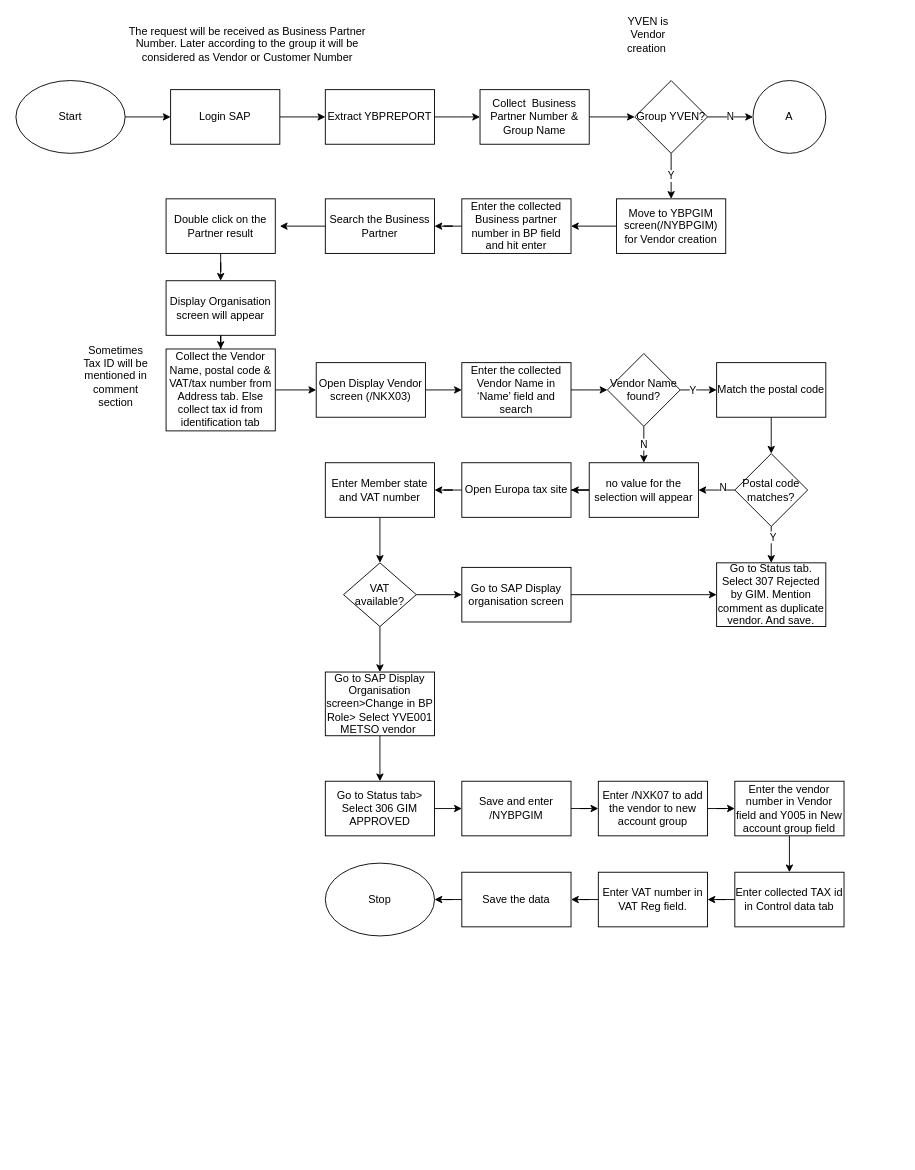
Above: Vendor Creation .drawio in Jyotiprakash-Parida/process-diagram (draw.io), before the change. Source tidied: cells renumbered, new cells numbered last; positions are measured from the earlier drawing's top-left corner, leaving out a move shared by most shapes. Both pictures are drawn from the tidied source at 91%, with x=0, y=0 at pixel (15, 16).
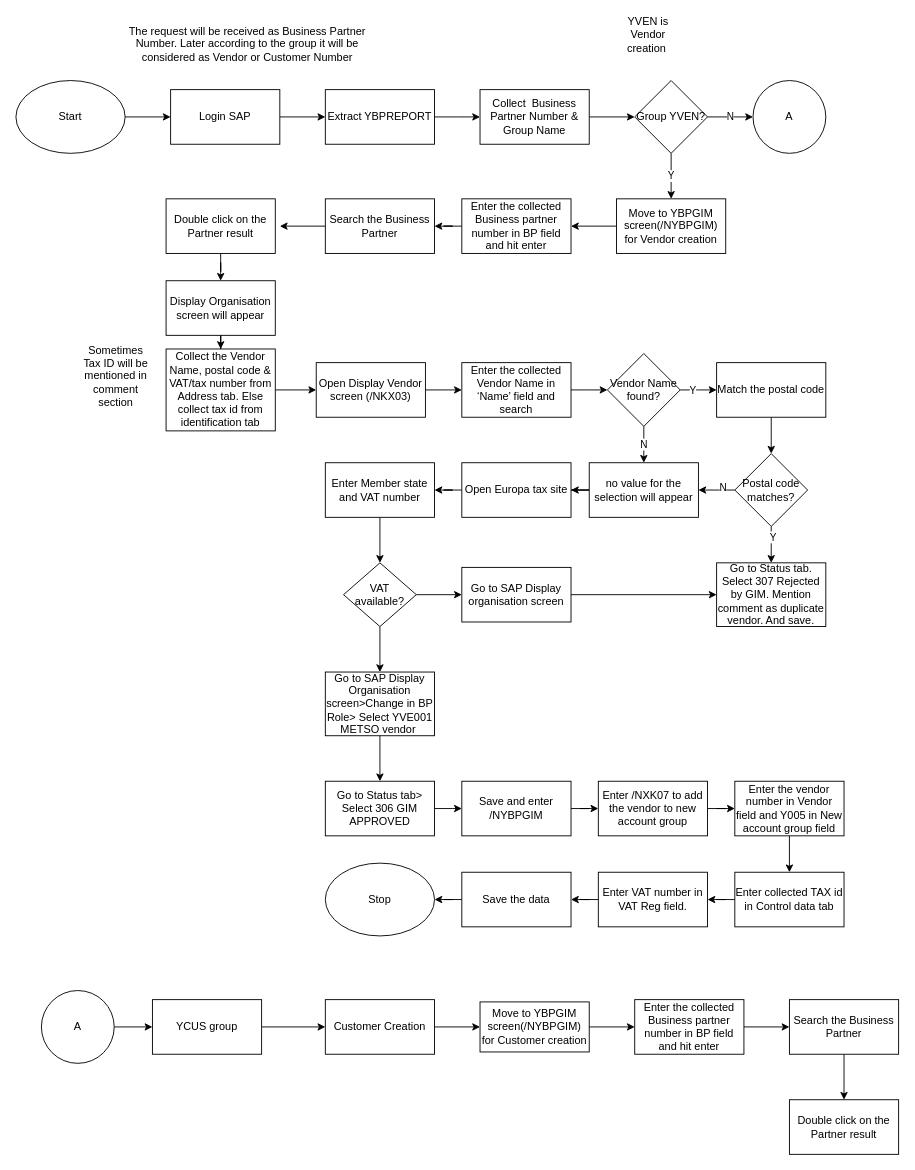
After the change.

Commit message:
Update Customer Creation .drawio

Diff of the diagram source:
```diff
@@
+    <mxCell id="73" style="edgeStyle=orthogonalEdgeStyle;rounded=0;jettySize=auto;html=1;" parent="1" edge="1" source="74" target="76">
+      <mxGeometry relative="1" as="geometry" />
+    </mxCell>
+    <mxCell id="74" value="A" style="ellipse;whiteSpace=wrap;html=1;fillColor=#FFFFFF;" parent="1" vertex="1">
+      <mxGeometry x="28" y="1070" width="80" height="80" as="geometry" />
+    </mxCell>
+    <mxCell id="75" style="edgeStyle=orthogonalEdgeStyle;rounded=0;jettySize=auto;html=1;" parent="1" edge="1" source="76" target="78">
+      <mxGeometry relative="1" as="geometry" />
+    </mxCell>
+    <mxCell id="76" value="YCUS group" style="rounded=0;whiteSpace=wrap;html=1;fillColor=#FFFFFF;" parent="1" vertex="1">
+      <mxGeometry x="150" y="1080" width="120" height="60" as="geometry" />
+    </mxCell>
+    <mxCell id="77" style="edgeStyle=orthogonalEdgeStyle;rounded=0;jettySize=auto;html=1;entryX=0;entryY=0.5;entryDx=0;entryDy=0;entryPerimeter=0;" parent="1" edge="1" source="78" target="80">
+      <mxGeometry relative="1" as="geometry" />
+    </mxCell>
+    <mxCell id="78" value="Customer Creation" style="rounded=0;whiteSpace=wrap;html=1;fillColor=#FFFFFF;" parent="1" vertex="1">
+      <mxGeometry x="340" y="1080" width="120" height="60" as="geometry" />
+    </mxCell>
+    <mxCell id="79" style="edgeStyle=orthogonalEdgeStyle;rounded=0;jettySize=auto;html=1;" parent="1" edge="1" source="80" target="82">
+      <mxGeometry relative="1" as="geometry" />
+    </mxCell>
+    <mxCell id="80" value="Move to YBPGIM screen(/NYBPGIM) for Customer creation" style="rounded=0;whiteSpace=wrap;html=1;" parent="1" vertex="1">
+      <mxGeometry x="510" y="1082.5" width="120" height="55" as="geometry" />
+    </mxCell>
+    <mxCell id="81" style="edgeStyle=orthogonalEdgeStyle;rounded=0;jettySize=auto;html=1;" parent="1" edge="1" source="82" target="84">
+      <mxGeometry relative="1" as="geometry" />
+    </mxCell>
+    <mxCell id="82" value="Enter the collected Business partner number in BP field and hit enter" style="rounded=0;whiteSpace=wrap;html=1;" parent="1" vertex="1">
+      <mxGeometry x="680" y="1080" width="120" height="60" as="geometry" />
+    </mxCell>
+    <mxCell id="83" style="edgeStyle=orthogonalEdgeStyle;rounded=0;jettySize=auto;html=1;entryX=0.5;entryY=0;entryDx=0;entryDy=0;entryPerimeter=0;" parent="1" edge="1" source="84" target="85">
+      <mxGeometry relative="1" as="geometry" />
+    </mxCell>
+    <mxCell id="84" value="Search the Business Partner" style="rounded=0;whiteSpace=wrap;html=1;" parent="1" vertex="1">
+      <mxGeometry x="850" y="1080" width="120" height="60" as="geometry" />
+    </mxCell>
+    <mxCell id="85" value="Double click on the Partner result" style="rounded=0;whiteSpace=wrap;html=1;" parent="1" vertex="1">
+      <mxGeometry x="850" y="1190" width="120" height="60" as="geometry" />
+    </mxCell>
```
